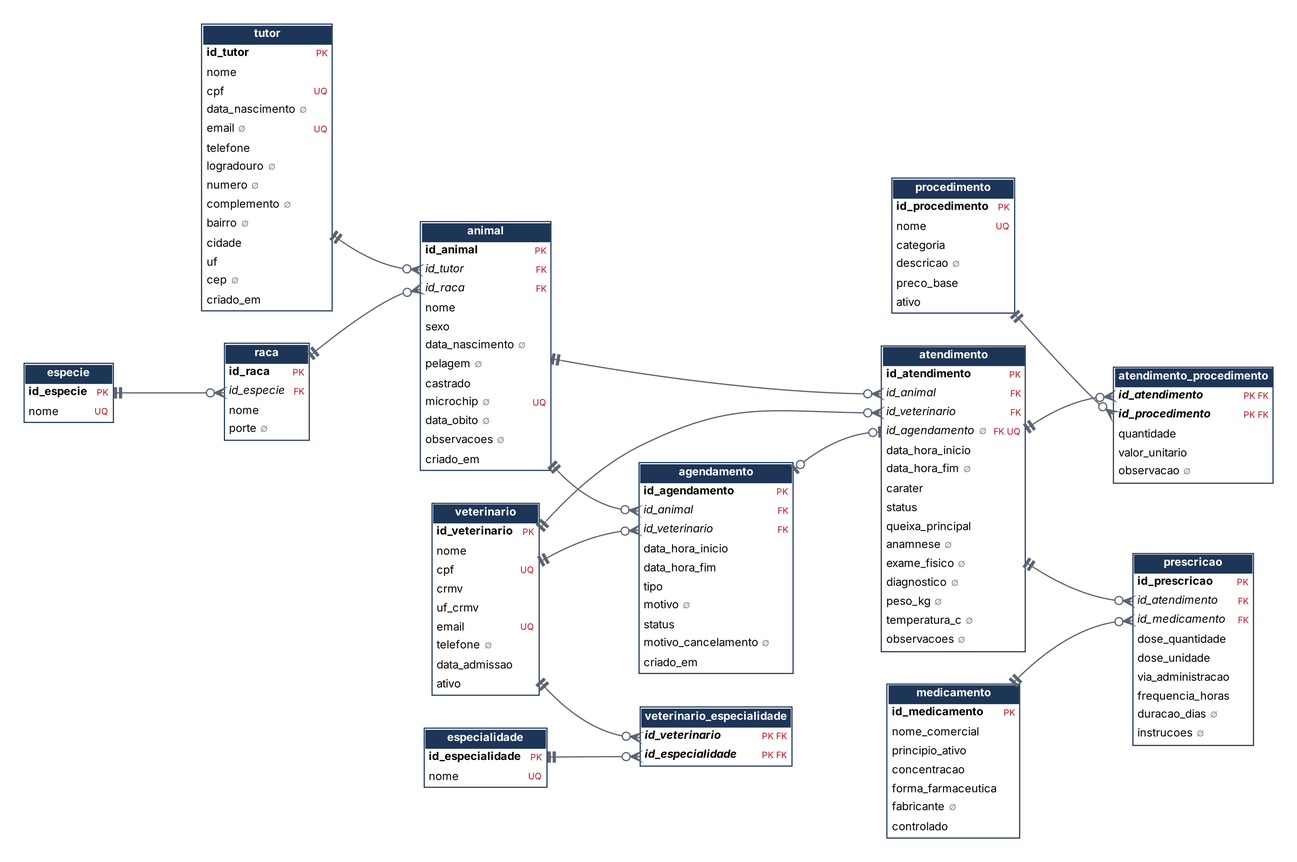
Above: docs/diagramas/modelo_logico.png in SaMoCaSa00/clinica-veterinaria (Graphviz), before the change. Its source is kept beside it as docs/diagramas/modelo_logico.dot.
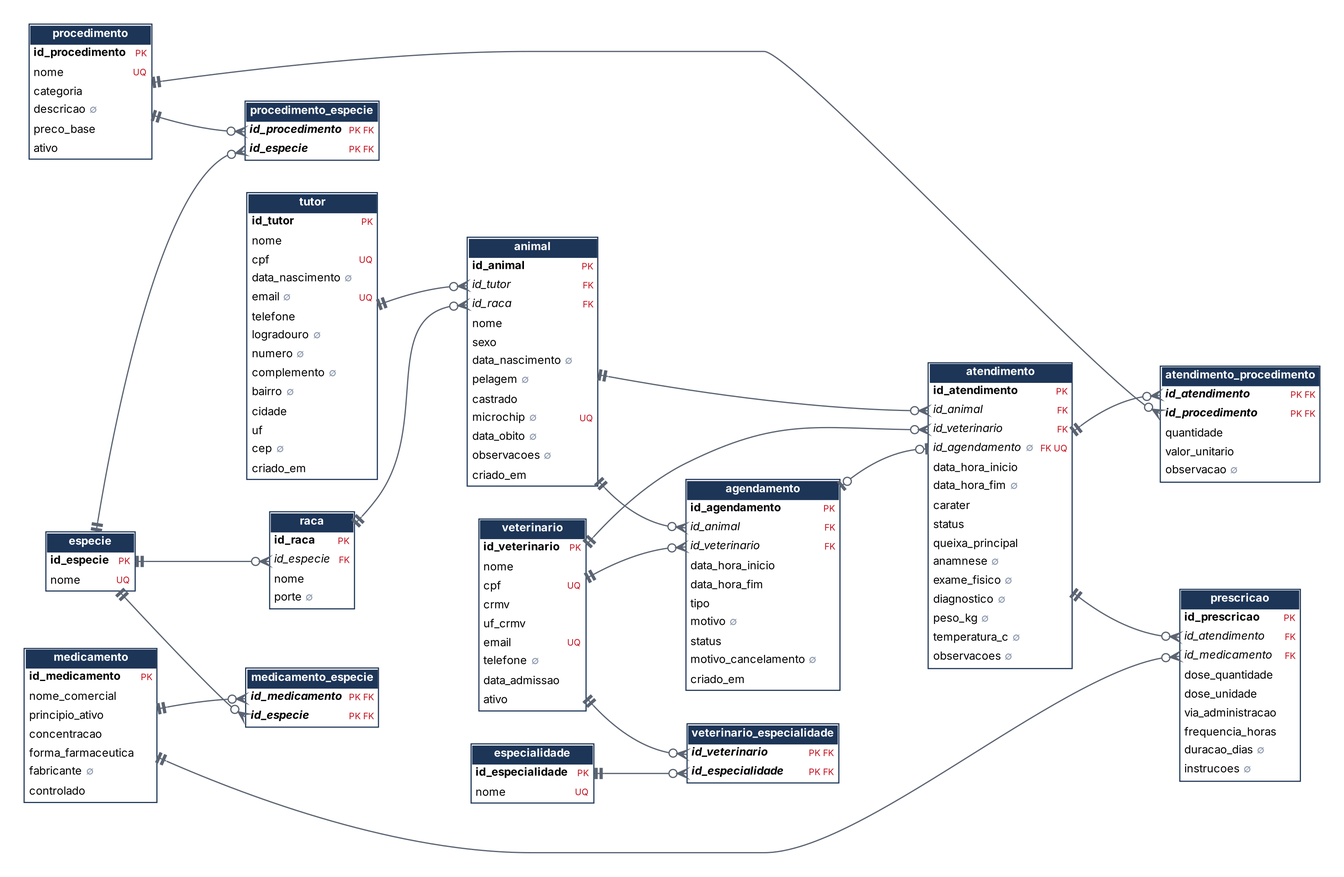
Later version of the same file.

Change to the diagram source:
```diff
@@ -9,8 +9,10 @@
   especialidade [label=<<TABLE BORDER="1.2" CELLBORDER="0" CELLSPACING="0" CELLPADDING="3" COLOR="#1d3557"><TR><TD BGCOLOR="#1d3557" COLSPAN="2"><FONT COLOR="white"><B>especialidade</B></FONT></TD></TR><TR><TD ALIGN="LEFT" PORT="id_especialidade"><B>id_especialidade</B></TD><TD ALIGN="RIGHT"><FONT COLOR="#c1121f" POINT-SIZE="8">PK</FONT></TD></TR><TR><TD ALIGN="LEFT" PORT="nome">nome</TD><TD ALIGN="RIGHT"><FONT COLOR="#c1121f" POINT-SIZE="8">UQ</FONT></TD></TR></TABLE>>];
   especie [label=<<TABLE BORDER="1.2" CELLBORDER="0" CELLSPACING="0" CELLPADDING="3" COLOR="#1d3557"><TR><TD BGCOLOR="#1d3557" COLSPAN="2"><FONT COLOR="white"><B>especie</B></FONT></TD></TR><TR><TD ALIGN="LEFT" PORT="id_especie"><B>id_especie</B></TD><TD ALIGN="RIGHT"><FONT COLOR="#c1121f" POINT-SIZE="8">PK</FONT></TD></TR><TR><TD ALIGN="LEFT" PORT="nome">nome</TD><TD ALIGN="RIGHT"><FONT COLOR="#c1121f" POINT-SIZE="8">UQ</FONT></TD></TR></TABLE>>];
   medicamento [label=<<TABLE BORDER="1.2" CELLBORDER="0" CELLSPACING="0" CELLPADDING="3" COLOR="#1d3557"><TR><TD BGCOLOR="#1d3557" COLSPAN="2"><FONT COLOR="white"><B>medicamento</B></FONT></TD></TR><TR><TD ALIGN="LEFT" PORT="id_medicamento"><B>id_medicamento</B></TD><TD ALIGN="RIGHT"><FONT COLOR="#c1121f" POINT-SIZE="8">PK</FONT></TD></TR><TR><TD ALIGN="LEFT" PORT="nome_comercial">nome_comercial</TD><TD ALIGN="RIGHT"> </TD></TR><TR><TD ALIGN="LEFT" PORT="principio_ativo">principio_ativo</TD><TD ALIGN="RIGHT"> </TD></TR><TR><TD ALIGN="LEFT" PORT="concentracao">concentracao</TD><TD ALIGN="RIGHT"> </TD></TR><TR><TD ALIGN="LEFT" PORT="forma_farmaceutica">forma_farmaceutica</TD><TD ALIGN="RIGHT"> </TD></TR><TR><TD ALIGN="LEFT" PORT="fabricante">fabricante <FONT COLOR="#8d99ae">∅</FONT></TD><TD ALIGN="RIGHT"> </TD></TR><TR><TD ALIGN="LEFT" PORT="controlado">controlado</TD><TD ALIGN="RIGHT"> </TD></TR></TABLE>>];
+  medicamento_especie [label=<<TABLE BORDER="1.2" CELLBORDER="0" CELLSPACING="0" CELLPADDING="3" COLOR="#1d3557"><TR><TD BGCOLOR="#1d3557" COLSPAN="2"><FONT COLOR="white"><B>medicamento_especie</B></FONT></TD></TR><TR><TD ALIGN="LEFT" PORT="id_medicamento"><I><B>id_medicamento</B></I></TD><TD ALIGN="RIGHT"><FONT COLOR="#c1121f" POINT-SIZE="8">PK FK</FONT></TD></TR><TR><TD ALIGN="LEFT" PORT="id_especie"><I><B>id_especie</B></I></TD><TD ALIGN="RIGHT"><FONT COLOR="#c1121f" POINT-SIZE="8">PK FK</FONT></TD></TR></TABLE>>];
   prescricao [label=<<TABLE BORDER="1.2" CELLBORDER="0" CELLSPACING="0" CELLPADDING="3" COLOR="#1d3557"><TR><TD BGCOLOR="#1d3557" COLSPAN="2"><FONT COLOR="white"><B>prescricao</B></FONT></TD></TR><TR><TD ALIGN="LEFT" PORT="id_prescricao"><B>id_prescricao</B></TD><TD ALIGN="RIGHT"><FONT COLOR="#c1121f" POINT-SIZE="8">PK</FONT></TD></TR><TR><TD ALIGN="LEFT" PORT="id_atendimento"><I>id_atendimento</I></TD><TD ALIGN="RIGHT"><FONT COLOR="#c1121f" POINT-SIZE="8">FK</FONT></TD></TR><TR><TD ALIGN="LEFT" PORT="id_medicamento"><I>id_medicamento</I></TD><TD ALIGN="RIGHT"><FONT COLOR="#c1121f" POINT-SIZE="8">FK</FONT></TD></TR><TR><TD ALIGN="LEFT" PORT="dose_quantidade">dose_quantidade</TD><TD ALIGN="RIGHT"> </TD></TR><TR><TD ALIGN="LEFT" PORT="dose_unidade">dose_unidade</TD><TD ALIGN="RIGHT"> </TD></TR><TR><TD ALIGN="LEFT" PORT="via_administracao">via_administracao</TD><TD ALIGN="RIGHT"> </TD></TR><TR><TD ALIGN="LEFT" PORT="frequencia_horas">frequencia_horas</TD><TD ALIGN="RIGHT"> </TD></TR><TR><TD ALIGN="LEFT" PORT="duracao_dias">duracao_dias <FONT COLOR="#8d99ae">∅</FONT></TD><TD ALIGN="RIGHT"> </TD></TR><TR><TD ALIGN="LEFT" PORT="instrucoes">instrucoes <FONT COLOR="#8d99ae">∅</FONT></TD><TD ALIGN="RIGHT"> </TD></TR></TABLE>>];
   procedimento [label=<<TABLE BORDER="1.2" CELLBORDER="0" CELLSPACING="0" CELLPADDING="3" COLOR="#1d3557"><TR><TD BGCOLOR="#1d3557" COLSPAN="2"><FONT COLOR="white"><B>procedimento</B></FONT></TD></TR><TR><TD ALIGN="LEFT" PORT="id_procedimento"><B>id_procedimento</B></TD><TD ALIGN="RIGHT"><FONT COLOR="#c1121f" POINT-SIZE="8">PK</FONT></TD></TR><TR><TD ALIGN="LEFT" PORT="nome">nome</TD><TD ALIGN="RIGHT"><FONT COLOR="#c1121f" POINT-SIZE="8">UQ</FONT></TD></TR><TR><TD ALIGN="LEFT" PORT="categoria">categoria</TD><TD ALIGN="RIGHT"> </TD></TR><TR><TD ALIGN="LEFT" PORT="descricao">descricao <FONT COLOR="#8d99ae">∅</FONT></TD><TD ALIGN="RIGHT"> </TD></TR><TR><TD ALIGN="LEFT" PORT="preco_base">preco_base</TD><TD ALIGN="RIGHT"> </TD></TR><TR><TD ALIGN="LEFT" PORT="ativo">ativo</TD><TD ALIGN="RIGHT"> </TD></TR></TABLE>>];
+  procedimento_especie [label=<<TABLE BORDER="1.2" CELLBORDER="0" CELLSPACING="0" CELLPADDING="3" COLOR="#1d3557"><TR><TD BGCOLOR="#1d3557" COLSPAN="2"><FONT COLOR="white"><B>procedimento_especie</B></FONT></TD></TR><TR><TD ALIGN="LEFT" PORT="id_procedimento"><I><B>id_procedimento</B></I></TD><TD ALIGN="RIGHT"><FONT COLOR="#c1121f" POINT-SIZE="8">PK FK</FONT></TD></TR><TR><TD ALIGN="LEFT" PORT="id_especie"><I><B>id_especie</B></I></TD><TD ALIGN="RIGHT"><FONT COLOR="#c1121f" POINT-SIZE="8">PK FK</FONT></TD></TR></TABLE>>];
   raca [label=<<TABLE BORDER="1.2" CELLBORDER="0" CELLSPACING="0" CELLPADDING="3" COLOR="#1d3557"><TR><TD BGCOLOR="#1d3557" COLSPAN="2"><FONT COLOR="white"><B>raca</B></FONT></TD></TR><TR><TD ALIGN="LEFT" PORT="id_raca"><B>id_raca</B></TD><TD ALIGN="RIGHT"><FONT COLOR="#c1121f" POINT-SIZE="8">PK</FONT></TD></TR><TR><TD ALIGN="LEFT" PORT="id_especie"><I>id_especie</I></TD><TD ALIGN="RIGHT"><FONT COLOR="#c1121f" POINT-SIZE="8">FK</FONT></TD></TR><TR><TD ALIGN="LEFT" PORT="nome">nome</TD><TD ALIGN="RIGHT"> </TD></TR><TR><TD ALIGN="LEFT" PORT="porte">porte <FONT COLOR="#8d99ae">∅</FONT></TD><TD ALIGN="RIGHT"> </TD></TR></TABLE>>];
   tutor [label=<<TABLE BORDER="1.2" CELLBORDER="0" CELLSPACING="0" CELLPADDING="3" COLOR="#1d3557"><TR><TD BGCOLOR="#1d3557" COLSPAN="2"><FONT COLOR="white"><B>tutor</B></FONT></TD></TR><TR><TD ALIGN="LEFT" PORT="id_tutor"><B>id_tutor</B></TD><TD ALIGN="RIGHT"><FONT COLOR="#c1121f" POINT-SIZE="8">PK</FONT></TD></TR><TR><TD ALIGN="LEFT" PORT="nome">nome</TD><TD ALIGN="RIGHT"> </TD></TR><TR><TD ALIGN="LEFT" PORT="cpf">cpf</TD><TD ALIGN="RIGHT"><FONT COLOR="#c1121f" POINT-SIZE="8">UQ</FONT></TD></TR><TR><TD ALIGN="LEFT" PORT="data_nascimento">data_nascimento <FONT COLOR="#8d99ae">∅</FONT></TD><TD ALIGN="RIGHT"> </TD></TR><TR><TD ALIGN="LEFT" PORT="email">email <FONT COLOR="#8d99ae">∅</FONT></TD><TD ALIGN="RIGHT"><FONT COLOR="#c1121f" POINT-SIZE="8">UQ</FONT></TD></TR><TR><TD ALIGN="LEFT" PORT="telefone">telefone</TD><TD ALIGN="RIGHT"> </TD></TR><TR><TD ALIGN="LEFT" PORT="logradouro">logradouro <FONT COLOR="#8d99ae">∅</FONT></TD><TD ALIGN="RIGHT"> </TD></TR><TR><TD ALIGN="LEFT" PORT="numero">numero <FONT COLOR="#8d99ae">∅</FONT></TD><TD ALIGN="RIGHT"> </TD></TR><TR><TD ALIGN="LEFT" PORT="complemento">complemento <FONT COLOR="#8d99ae">∅</FONT></TD><TD ALIGN="RIGHT"> </TD></TR><TR><TD ALIGN="LEFT" PORT="bairro">bairro <FONT COLOR="#8d99ae">∅</FONT></TD><TD ALIGN="RIGHT"> </TD></TR><TR><TD ALIGN="LEFT" PORT="cidade">cidade</TD><TD ALIGN="RIGHT"> </TD></TR><TR><TD ALIGN="LEFT" PORT="uf">uf</TD><TD ALIGN="RIGHT"> </TD></TR><TR><TD ALIGN="LEFT" PORT="cep">cep <FONT COLOR="#8d99ae">∅</FONT></TD><TD ALIGN="RIGHT"> </TD></TR><TR><TD ALIGN="LEFT" PORT="criado_em">criado_em</TD><TD ALIGN="RIGHT"> </TD></TR></TABLE>>];
   veterinario [label=<<TABLE BORDER="1.2" CELLBORDER="0" CELLSPACING="0" CELLPADDING="3" COLOR="#1d3557"><TR><TD BGCOLOR="#1d3557" COLSPAN="2"><FONT COLOR="white"><B>veterinario</B></FONT></TD></TR><TR><TD ALIGN="LEFT" PORT="id_veterinario"><B>id_veterinario</B></TD><TD ALIGN="RIGHT"><FONT COLOR="#c1121f" POINT-SIZE="8">PK</FONT></TD></TR><TR><TD ALIGN="LEFT" PORT="nome">nome</TD><TD ALIGN="RIGHT"> </TD></TR><TR><TD ALIGN="LEFT" PORT="cpf">cpf</TD><TD ALIGN="RIGHT"><FONT COLOR="#c1121f" POINT-SIZE="8">UQ</FONT></TD></TR><TR><TD ALIGN="LEFT" PORT="crmv">crmv</TD><TD ALIGN="RIGHT"> </TD></TR><TR><TD ALIGN="LEFT" PORT="uf_crmv">uf_crmv</TD><TD ALIGN="RIGHT"> </TD></TR><TR><TD ALIGN="LEFT" PORT="email">email</TD><TD ALIGN="RIGHT"><FONT COLOR="#c1121f" POINT-SIZE="8">UQ</FONT></TD></TR><TR><TD ALIGN="LEFT" PORT="telefone">telefone <FONT COLOR="#8d99ae">∅</FONT></TD><TD ALIGN="RIGHT"> </TD></TR><TR><TD ALIGN="LEFT" PORT="data_admissao">data_admissao</TD><TD ALIGN="RIGHT"> </TD></TR><TR><TD ALIGN="LEFT" PORT="ativo">ativo</TD><TD ALIGN="RIGHT"> </TD></TR></TABLE>>];
@@ -24,8 +26,12 @@
   veterinario -> atendimento:id_veterinario [arrowtail=teetee, arrowhead=crowodot];
   atendimento -> atendimento_procedimento:id_atendimento [arrowtail=teetee, arrowhead=crowodot];
   procedimento -> atendimento_procedimento:id_procedimento [arrowtail=teetee, arrowhead=crowodot];
+  especie -> medicamento_especie:id_especie [arrowtail=teetee, arrowhead=crowodot];
+  medicamento -> medicamento_especie:id_medicamento [arrowtail=teetee, arrowhead=crowodot];
   atendimento -> prescricao:id_atendimento [arrowtail=teetee, arrowhead=crowodot];
   medicamento -> prescricao:id_medicamento [arrowtail=teetee, arrowhead=crowodot];
+  especie -> procedimento_especie:id_especie [arrowtail=teetee, arrowhead=crowodot];
+  procedimento -> procedimento_especie:id_procedimento [arrowtail=teetee, arrowhead=crowodot];
   especie -> raca:id_especie [arrowtail=teetee, arrowhead=crowodot];
   especialidade -> veterinario_especialidade:id_especialidade [arrowtail=teetee, arrowhead=crowodot];
   veterinario -> veterinario_especialidade:id_veterinario [arrowtail=teetee, arrowhead=crowodot];
```
